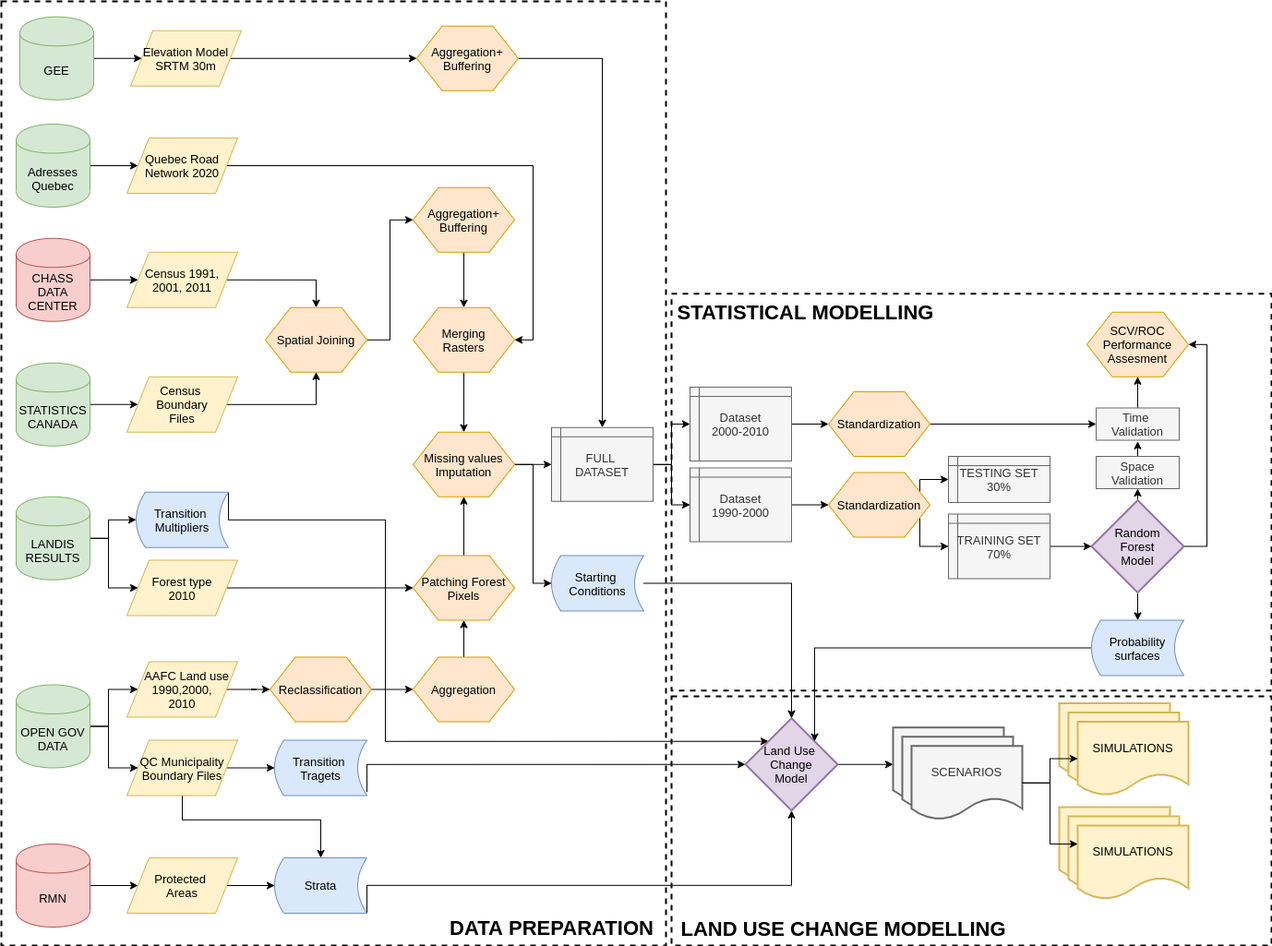
Earlier version of the draw.io export thesis/figures/Chapter1_flowchart.png (VLucet/landchange-connectivity-monteregie). Source tidied: cells renumbered, new cells last; positions are measured from the earlier drawing's top-left corner, leaving out a move shared by most shapes.
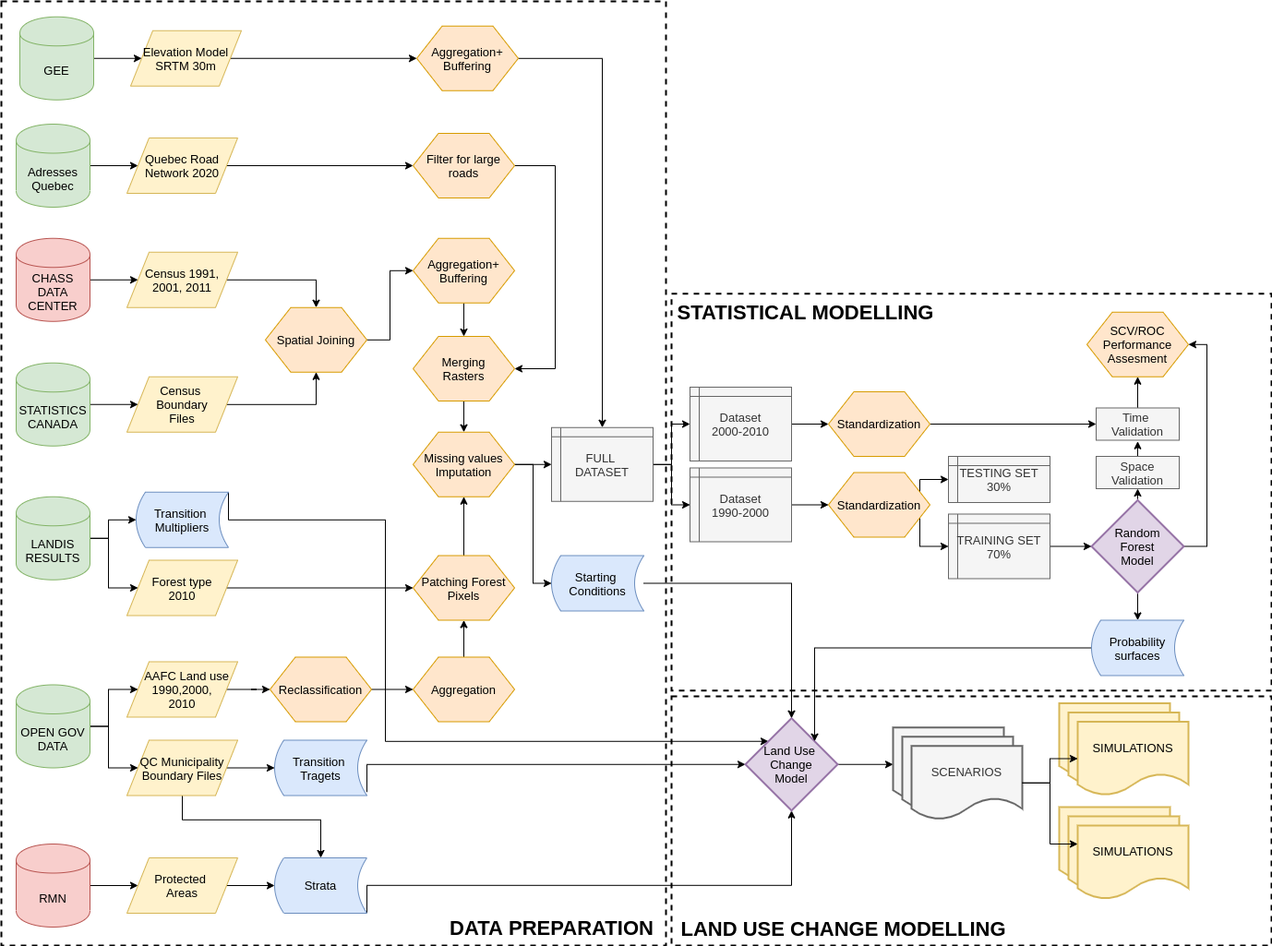
The same file after the commit.

Commit message:
updates flowchart and table

What changed in the source:
```diff
@@ -287,7 +287,7 @@
       <mxGeometry relative="1" as="geometry" />
     </mxCell>
     <mxCell id="83" value="Aggregation+&lt;br&gt;Buffering" style="shape=hexagon;perimeter=hexagonPerimeter2;whiteSpace=wrap;html=1;fillColor=#ffe6cc;strokeColor=#d79b00;fontSize=13;" parent="1" vertex="1">
-      <mxGeometry x="446" y="201.8" width="110" height="70" as="geometry" />
+      <mxGeometry x="446" y="256.8" width="110" height="70" as="geometry" />
     </mxCell>
     <mxCell id="84" style="edgeStyle=orthogonalEdgeStyle;rounded=0;jettySize=auto;html=1;fontSize=13;" parent="1" edge="1" source="85" target="88">
       <mxGeometry relative="1" as="geometry" />
@@ -347,7 +347,7 @@
       <mxGeometry relative="1" as="geometry" />
     </mxCell>
     <mxCell id="103" value="Merging&lt;br&gt;Rasters" style="shape=hexagon;perimeter=hexagonPerimeter2;whiteSpace=wrap;html=1;fillColor=#ffe6cc;strokeColor=#d79b00;fontSize=13;" parent="1" vertex="1">
-      <mxGeometry x="446" y="331.8" width="110" height="70" as="geometry" />
+      <mxGeometry x="446" y="363" width="110" height="70" as="geometry" />
     </mxCell>
     <mxCell id="104" style="edgeStyle=orthogonalEdgeStyle;rounded=0;jettySize=auto;html=1;" parent="1" edge="1" source="105" target="107">
       <mxGeometry relative="1" as="geometry" />
@@ -355,11 +355,22 @@
     <mxCell id="105" value="Adresses&lt;br&gt;Quebec" style="shape=cylinder;whiteSpace=wrap;html=1;boundedLbl=1;backgroundOutline=1;fillColor=#d5e8d4;strokeColor=#82b366;fontSize=13;" parent="1" vertex="1">
       <mxGeometry x="16" y="133" width="80" height="90" as="geometry" />
     </mxCell>
-    <mxCell id="106" style="edgeStyle=orthogonalEdgeStyle;rounded=0;jettySize=auto;html=1;entryX=1;entryY=0.5;entryDx=0;entryDy=0;" parent="1" edge="1" source="107" target="103">
+    <mxCell id="106" style="edgeStyle=orthogonalEdgeStyle;rounded=0;jettySize=auto;html=1;exitX=1;exitY=0.5;exitDx=0;exitDy=0;entryX=0;entryY=0.5;entryDx=0;entryDy=0;" parent="1" edge="1" source="107" target="109">
       <mxGeometry relative="1" as="geometry" />
     </mxCell>
     <mxCell id="107" value="Quebec Road&lt;br&gt;Network 2020" style="shape=parallelogram;perimeter=parallelogramPerimeter;whiteSpace=wrap;html=1;fillColor=#fff2cc;strokeColor=#d6b656;fontSize=13;" parent="1" vertex="1">
       <mxGeometry x="136" y="148" width="120" height="60" as="geometry" />
     </mxCell>
+    <mxCell id="108" style="edgeStyle=orthogonalEdgeStyle;rounded=0;jettySize=auto;html=1;entryX=1;entryY=0.5;entryDx=0;entryDy=0;" parent="1" edge="1" source="109" target="103">
+      <mxGeometry relative="1" as="geometry">
+        <Array as="points">
+          <mxPoint x="600" y="178" />
+          <mxPoint x="600" y="398" />
+        </Array>
+      </mxGeometry>
+    </mxCell>
+    <mxCell id="109" value="Filter for large&lt;br&gt;roads" style="shape=hexagon;perimeter=hexagonPerimeter2;whiteSpace=wrap;html=1;fillColor=#ffe6cc;strokeColor=#d79b00;fontSize=13;" parent="1" vertex="1">
+      <mxGeometry x="446" y="143" width="110" height="70" as="geometry" />
+    </mxCell>
   </root>
 </mxGraphModel>
```
